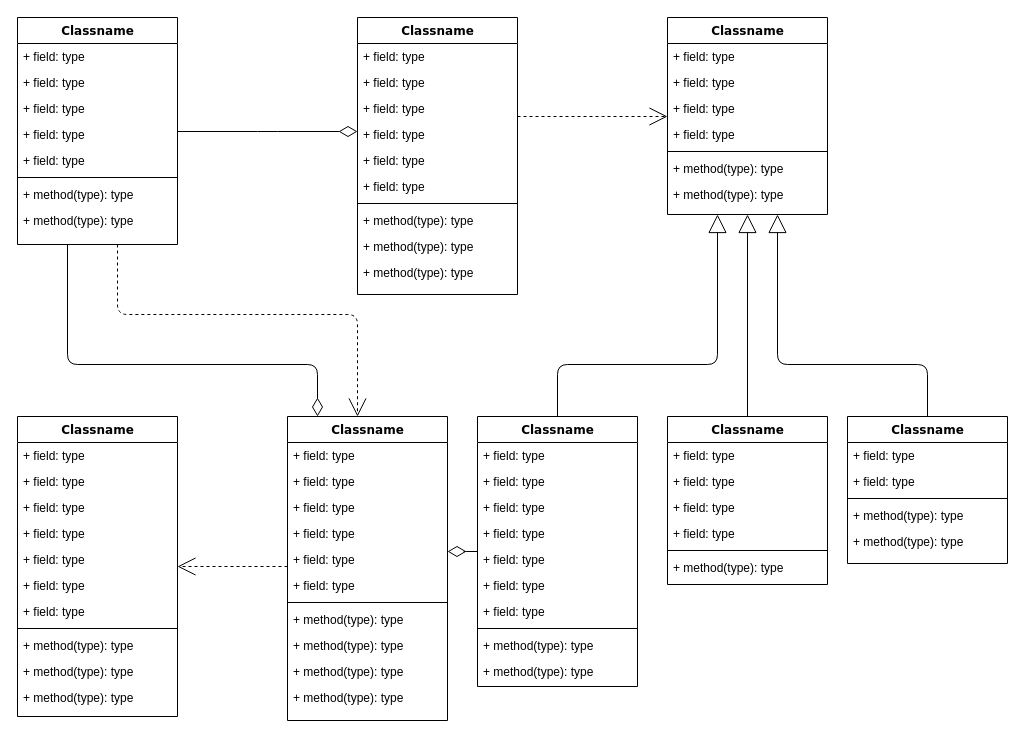
Earlier version of the draw.io diagram Untitled Diagram.drawio (rzlzrdf/studio-lms). Source tidied: cells renumbered, new cells numbered last; positions are measured from the earlier drawing's top-left corner, leaving out a move shared by most shapes. Both pictures are drawn from the tidied source at 100%, with x=0, y=0 at pixel (17, 17).
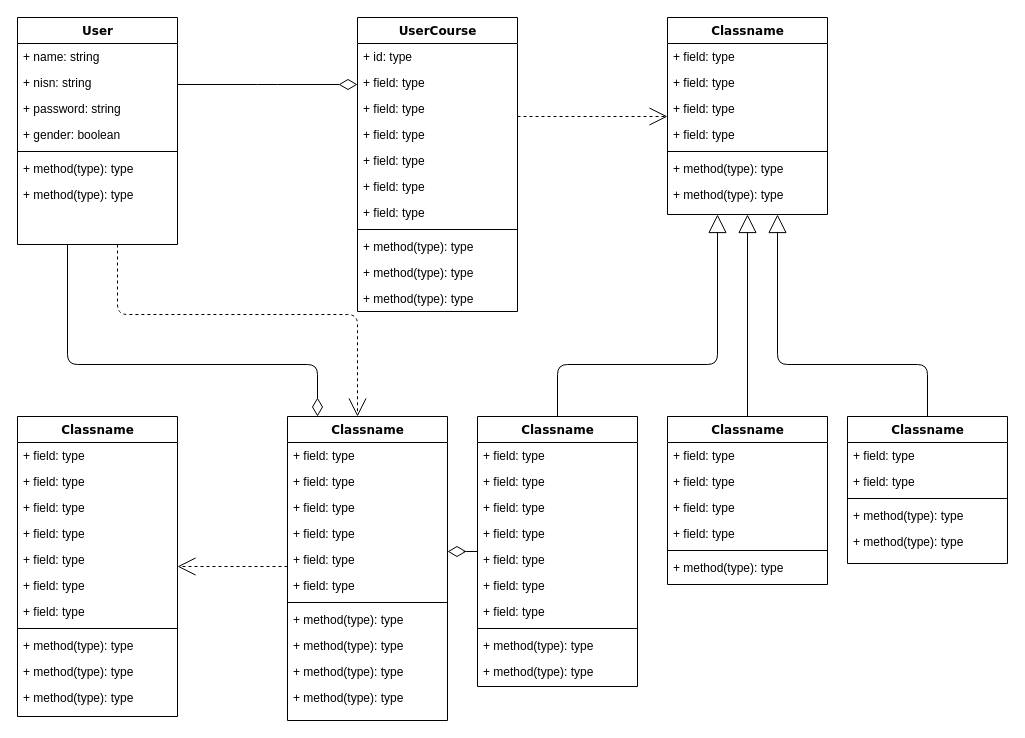
The same diagram, later.

What changed in the source:
```diff
@@
-    <mxCell id="4" value="Classname" style="swimlane;html=1;fontStyle=1;align=center;verticalAlign=top;horizontal=1;startSize=26;swimlaneFillColor=#ffffff;rounded=0;shadow=0;comic=0;labelBackgroundColor=none;strokeWidth=1;fillColor=none;fontFamily=Verdana;fontSize=12;" parent="1" vertex="1">
+    <mxCell id="4" value="User" style="swimlane;html=1;fontStyle=1;align=center;verticalAlign=top;horizontal=1;startSize=26;swimlaneFillColor=#ffffff;rounded=0;shadow=0;comic=0;labelBackgroundColor=none;strokeWidth=1;fillColor=none;fontFamily=Verdana;fontSize=12;" parent="1" vertex="1">
       <mxGeometry width="160" height="227" as="geometry" />
     </mxCell>
-    <mxCell id="5" value="+ field: type" style="text;html=1;strokeColor=none;fillColor=none;align=left;verticalAlign=top;spacingLeft=4;spacingRight=4;whiteSpace=wrap;overflow=hidden;" parent="4" vertex="1">
+    <mxCell id="5" value="+ name: string" style="text;html=1;strokeColor=none;fillColor=none;align=left;verticalAlign=top;spacingLeft=4;spacingRight=4;whiteSpace=wrap;overflow=hidden;" parent="4" vertex="1">
       <mxGeometry y="26" width="160" height="26" as="geometry" />
     </mxCell>
-    <mxCell id="6" value="+ field: type" style="text;html=1;strokeColor=none;fillColor=none;align=left;verticalAlign=top;spacingLeft=4;spacingRight=4;whiteSpace=wrap;overflow=hidden;points=[[0,0.5],[1,0.5]];portConstraint=eastwest;" parent="4" vertex="1">
+    <mxCell id="6" value="+ nisn: string" style="text;html=1;strokeColor=none;fillColor=none;align=left;verticalAlign=top;spacingLeft=4;spacingRight=4;whiteSpace=wrap;overflow=hidden;points=[[0,0.5],[1,0.5]];portConstraint=eastwest;" parent="4" vertex="1">
       <mxGeometry y="52" width="160" height="26" as="geometry" />
     </mxCell>
-    <mxCell id="7" value="+ field: type" style="text;html=1;strokeColor=none;fillColor=none;align=left;verticalAlign=top;spacingLeft=4;spacingRight=4;whiteSpace=wrap;overflow=hidden;" parent="4" vertex="1">
+    <mxCell id="7" value="+ password: string" style="text;html=1;strokeColor=none;fillColor=none;align=left;verticalAlign=top;spacingLeft=4;spacingRight=4;whiteSpace=wrap;overflow=hidden;" parent="4" vertex="1">
       <mxGeometry y="78" width="160" height="26" as="geometry" />
     </mxCell>
-    <mxCell id="8" value="+ field: type" style="text;html=1;strokeColor=none;fillColor=none;align=left;verticalAlign=top;spacingLeft=4;spacingRight=4;whiteSpace=wrap;overflow=hidden;" parent="4" vertex="1">
+    <mxCell id="8" value="+ gender: boolean" style="text;html=1;strokeColor=none;fillColor=none;align=left;verticalAlign=top;spacingLeft=4;spacingRight=4;whiteSpace=wrap;overflow=hidden;" parent="4" vertex="1">
       <mxGeometry y="104" width="160" height="26" as="geometry" />
     </mxCell>
-    <mxCell id="9" value="+ field: type" style="text;html=1;strokeColor=none;fillColor=none;align=left;verticalAlign=top;spacingLeft=4;spacingRight=4;whiteSpace=wrap;overflow=hidden;" parent="4" vertex="1">
-      <mxGeometry y="130" width="160" height="26" as="geometry" />
-    </mxCell>
     <mxCell id="10" style="line;html=1;strokeWidth=1;fillColor=none;align=left;verticalAlign=middle;spacingTop=-1;spacingLeft=3;spacingRight=3;labelPosition=right;" parent="4" vertex="1">
-      <mxGeometry y="156" width="160" height="8" as="geometry" />
+      <mxGeometry y="130" width="160" height="8" as="geometry" />
     </mxCell>
     <mxCell id="11" value="+ method(type): type" style="text;html=1;strokeColor=none;fillColor=none;align=left;verticalAlign=top;spacingLeft=4;spacingRight=4;whiteSpace=wrap;overflow=hidden;" parent="4" vertex="1">
-      <mxGeometry y="164" width="160" height="26" as="geometry" />
+      <mxGeometry y="138" width="160" height="26" as="geometry" />
     </mxCell>
     <mxCell id="12" value="+ method(type): type" style="text;html=1;strokeColor=none;fillColor=none;align=left;verticalAlign=top;spacingLeft=4;spacingRight=4;whiteSpace=wrap;overflow=hidden;" parent="4" vertex="1">
-      <mxGeometry y="190" width="160" height="26" as="geometry" />
+      <mxGeometry y="164" width="160" height="26" as="geometry" />
     </mxCell>
@@
-    <mxCell id="14" value="Classname" style="swimlane;html=1;fontStyle=1;align=center;verticalAlign=top;horizontal=1;startSize=26;swimlaneFillColor=#ffffff;rounded=0;shadow=0;comic=0;labelBackgroundColor=none;strokeWidth=1;fillColor=none;fontFamily=Verdana;fontSize=12;" parent="1" vertex="1">
-      <mxGeometry x="340" width="160" height="277" as="geometry" />
+    <mxCell id="14" value="UserCourse" style="swimlane;html=1;fontStyle=1;align=center;verticalAlign=top;horizontal=1;startSize=26;swimlaneFillColor=#ffffff;rounded=0;shadow=0;comic=0;labelBackgroundColor=none;strokeWidth=1;fillColor=none;fontFamily=Verdana;fontSize=12;" parent="1" vertex="1">
+      <mxGeometry x="340" width="160" height="294" as="geometry" />
     </mxCell>
-    <mxCell id="15" value="+ field: type" style="text;html=1;strokeColor=none;fillColor=none;align=left;verticalAlign=top;spacingLeft=4;spacingRight=4;whiteSpace=wrap;overflow=hidden;" parent="14" vertex="1">
+    <mxCell id="15" value="+ id: type" style="text;html=1;strokeColor=none;fillColor=none;align=left;verticalAlign=top;spacingLeft=4;spacingRight=4;whiteSpace=wrap;overflow=hidden;" parent="14" vertex="1">
       <mxGeometry y="26" width="160" height="26" as="geometry" />
     </mxCell>
+    <mxCell id="9" value="+ field: type" style="text;html=1;strokeColor=none;fillColor=none;align=left;verticalAlign=top;spacingLeft=4;spacingRight=4;whiteSpace=wrap;overflow=hidden;" parent="14" vertex="1">
+      <mxGeometry y="52" width="160" height="26" as="geometry" />
+    </mxCell>
     <mxCell id="16" value="+ field: type" style="text;html=1;strokeColor=none;fillColor=none;align=left;verticalAlign=top;spacingLeft=4;spacingRight=4;whiteSpace=wrap;overflow=hidden;" parent="14" vertex="1">
-      <mxGeometry y="52" width="160" height="26" as="geometry" />
+      <mxGeometry y="78" width="160" height="26" as="geometry" />
     </mxCell>
     <mxCell id="17" value="+ field: type" style="text;html=1;strokeColor=none;fillColor=none;align=left;verticalAlign=top;spacingLeft=4;spacingRight=4;whiteSpace=wrap;overflow=hidden;" parent="14" vertex="1">
-      <mxGeometry y="78" width="160" height="26" as="geometry" />
+      <mxGeometry y="104" width="160" height="26" as="geometry" />
     </mxCell>
     <mxCell id="18" value="+ field: type" style="text;html=1;strokeColor=none;fillColor=none;align=left;verticalAlign=top;spacingLeft=4;spacingRight=4;whiteSpace=wrap;overflow=hidden;" parent="14" vertex="1">
-      <mxGeometry y="104" width="160" height="26" as="geometry" />
+      <mxGeometry y="130" width="160" height="26" as="geometry" />
     </mxCell>
     <mxCell id="19" value="+ field: type" style="text;html=1;strokeColor=none;fillColor=none;align=left;verticalAlign=top;spacingLeft=4;spacingRight=4;whiteSpace=wrap;overflow=hidden;" parent="14" vertex="1">
-      <mxGeometry y="130" width="160" height="26" as="geometry" />
+      <mxGeometry y="156" width="160" height="26" as="geometry" />
     </mxCell>
     <mxCell id="20" value="+ field: type" style="text;html=1;strokeColor=none;fillColor=none;align=left;verticalAlign=top;spacingLeft=4;spacingRight=4;whiteSpace=wrap;overflow=hidden;" parent="14" vertex="1">
-      <mxGeometry y="156" width="160" height="26" as="geometry" />
+      <mxGeometry y="182" width="160" height="26" as="geometry" />
     </mxCell>
     <mxCell id="21" style="line;html=1;strokeWidth=1;fillColor=none;align=left;verticalAlign=middle;spacingTop=-1;spacingLeft=3;spacingRight=3;labelPosition=right;" parent="14" vertex="1">
-      <mxGeometry y="182" width="160" height="8" as="geometry" />
+      <mxGeometry y="208" width="160" height="8" as="geometry" />
     </mxCell>
     <mxCell id="22" value="+ method(type): type" style="text;html=1;strokeColor=none;fillColor=none;align=left;verticalAlign=top;spacingLeft=4;spacingRight=4;whiteSpace=wrap;overflow=hidden;" parent="14" vertex="1">
-      <mxGeometry y="190" width="160" height="26" as="geometry" />
+      <mxGeometry y="216" width="160" height="26" as="geometry" />
     </mxCell>
     <mxCell id="23" value="+ method(type): type" style="text;html=1;strokeColor=none;fillColor=none;align=left;verticalAlign=top;spacingLeft=4;spacingRight=4;whiteSpace=wrap;overflow=hidden;" parent="14" vertex="1">
-      <mxGeometry y="216" width="160" height="26" as="geometry" />
+      <mxGeometry y="242" width="160" height="26" as="geometry" />
     </mxCell>
     <mxCell id="24" value="+ method(type): type" style="text;html=1;strokeColor=none;fillColor=none;align=left;verticalAlign=top;spacingLeft=4;spacingRight=4;whiteSpace=wrap;overflow=hidden;" parent="14" vertex="1">
-      <mxGeometry y="242" width="160" height="26" as="geometry" />
+      <mxGeometry y="268" width="160" height="26" as="geometry" />
     </mxCell>
@@
-    <mxCell id="86" style="edgeStyle=elbowEdgeStyle;html=1;labelBackgroundColor=none;startFill=0;startSize=8;endArrow=diamondThin;endFill=0;endSize=16;fontFamily=Verdana;fontSize=12;elbow=vertical;" parent="1" edge="1" source="4" target="14">
-      <mxGeometry relative="1" as="geometry" />
+    <mxCell id="86" style="edgeStyle=elbowEdgeStyle;html=1;labelBackgroundColor=none;startFill=0;startSize=8;endArrow=diamondThin;endFill=0;endSize=16;fontFamily=Verdana;fontSize=12;elbow=vertical;" parent="1" edge="1" source="6">
+      <mxGeometry relative="1" as="geometry">
+        <mxPoint x="340" y="67" as="targetPoint" />
+      </mxGeometry>
     </mxCell>
```
